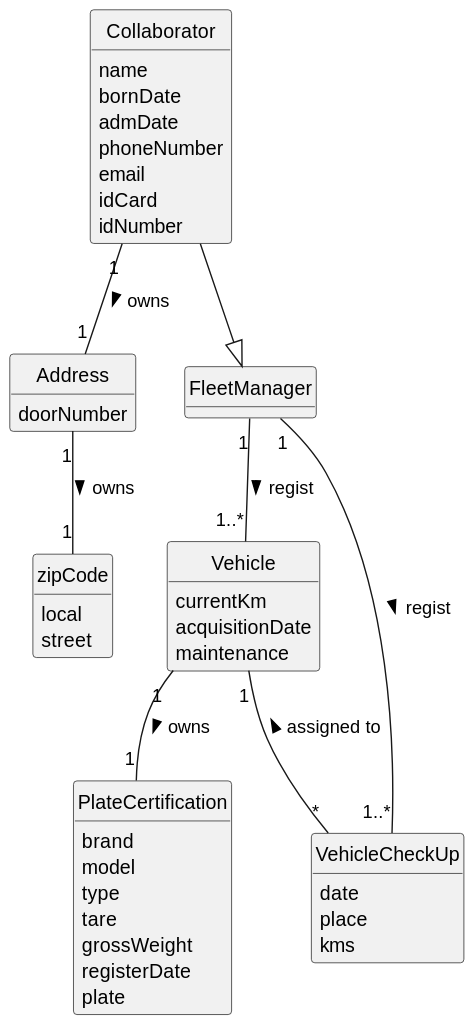
This is docs/sprint2/us008/02.analysis/svg/us008-domain-model.svg from 1231360-ISEP/lei-24-s2-1db-g021, a PlantUML export, as it was before one commit. Its diagram source:
```plantuml
@startuml
skinparam monochrome true
skinparam packageStyle rectangle
skinparam shadowing false

skinparam classAttributeIconSize 0

hide circle
hide methods

class Collaborator {
    name
    bornDate
    admDate
    phoneNumber
    email
    idCard
    idNumber
}

class Address {
    doorNumber
}

class zipCode {
    local
    street
}

class FleetManager {}

class Vehicle {
    currentKm
    acquisitionDate
    maintenance
}

class PlateCertification{
    brand
    model
    type
    tare
    grossWeight
    registerDate
    plate
}

class VehicleCheckUp {
    date
    place
    kms
}

Collaborator --|> FleetManager
FleetManager "1" -- "1..*" Vehicle : regist >
Vehicle "1" -- "1" PlateCertification : owns >
Collaborator "1" -- "1" Address: owns >
Address "1" -- "1" zipCode : owns >
FleetManager "1" -- "1..*" VehicleCheckUp : regist >
Vehicle "1" -- "*" VehicleCheckUp : assigned to <
@enduml
```
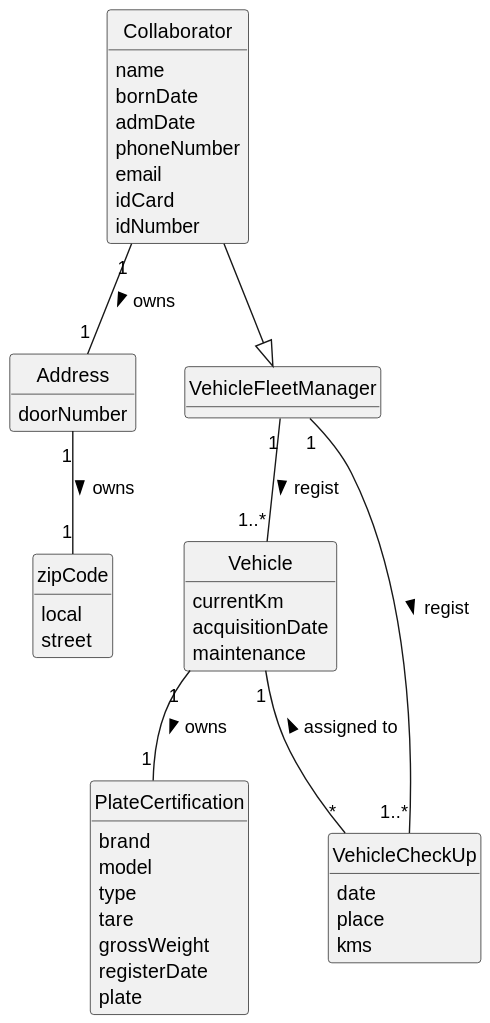
After the commit.

Change to the diagram source:
```diff
@@ -27,7 +27,7 @@
     street
 }
 
-class FleetManager {}
+class VehicleFleetManager {}
 
 class Vehicle {
     currentKm
@@ -51,11 +51,11 @@
     kms
 }
 
-Collaborator --|> FleetManager
-FleetManager "1" -- "1..*" Vehicle : regist >
+Collaborator --|> VehicleFleetManager
+VehicleFleetManager "1" -- "1..*" Vehicle : regist >
 Vehicle "1" -- "1" PlateCertification : owns >
 Collaborator "1" -- "1" Address: owns >
 Address "1" -- "1" zipCode : owns >
-FleetManager "1" -- "1..*" VehicleCheckUp : regist >
+VehicleFleetManager "1" -- "1..*" VehicleCheckUp : regist >
 Vehicle "1" -- "*" VehicleCheckUp : assigned to <
 @enduml
```
